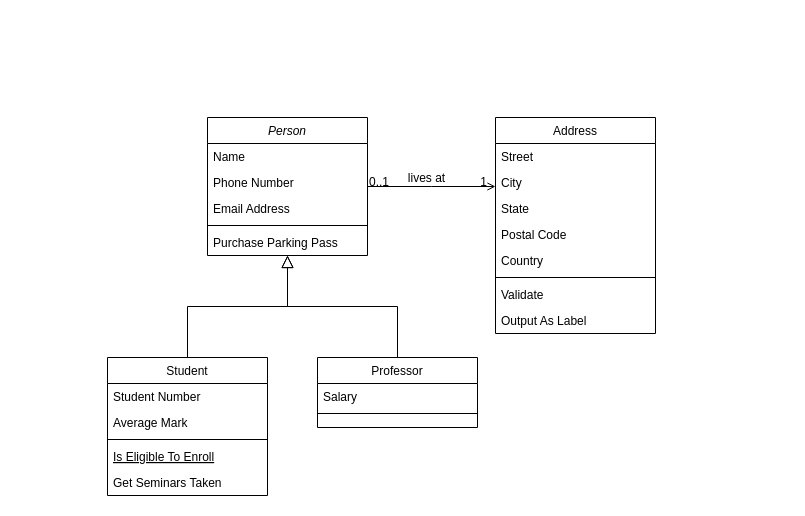
This is umlDiagram.drawio from Mochalove/September22nd, a draw.io file, before an edit. Source tidied: cells renumbered, new cells numbered last; positions are measured from the earlier drawing's top-left corner, leaving out a move shared by most shapes. Both pictures are drawn from the tidied source at 100%, with x=0, y=0 at pixel (107, 117).
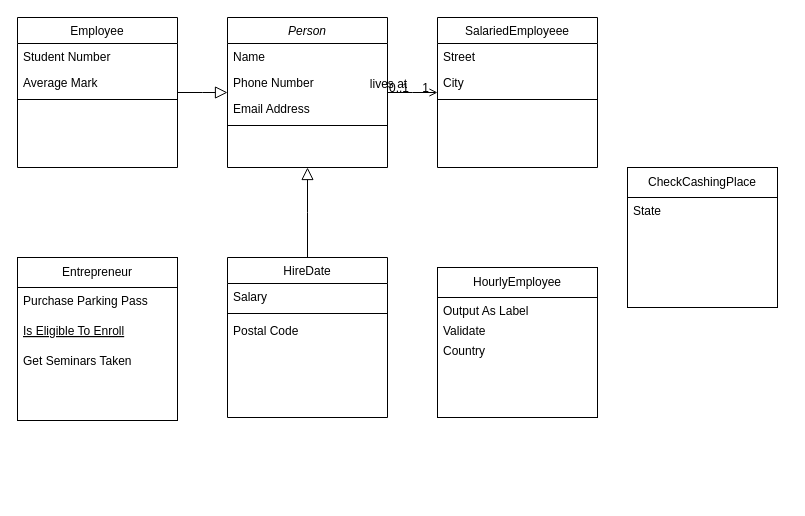
The same page after the edit.

What changed in the source:
```diff
@@
     <mxCell id="2" value="Person" style="swimlane;fontStyle=2;align=center;verticalAlign=top;horizontal=1;startSize=26;rounded=0;shadow=0;strokeWidth=1;" parent="1" vertex="1">
-      <mxGeometry x="100" width="160" height="138" as="geometry" />
+      <mxGeometry x="120" y="-100" width="160" height="150" as="geometry" />
     </mxCell>
@@
-    <mxCell id="7" value="Purchase Parking Pass" style="text;align=left;verticalAlign=top;spacingLeft=4;spacingRight=4;overflow=hidden;" parent="2" vertex="1">
-      <mxGeometry y="112" width="160" height="26" as="geometry" />
-    </mxCell>
-    <mxCell id="8" value="Student" style="swimlane;fontStyle=0;align=center;verticalAlign=top;horizontal=1;startSize=26;rounded=0;shadow=0;strokeWidth=1;" parent="1" vertex="1">
-      <mxGeometry y="240" width="160" height="138" as="geometry" />
+    <mxCell id="8" value="Employee" style="swimlane;fontStyle=0;align=center;verticalAlign=top;horizontal=1;startSize=26;rounded=0;shadow=0;strokeWidth=1;" parent="1" vertex="1">
+      <mxGeometry x="-90" y="-100" width="160" height="150" as="geometry" />
     </mxCell>
@@
-    <mxCell id="12" value="Is Eligible To Enroll" style="text;align=left;verticalAlign=top;spacingLeft=4;spacingRight=4;overflow=hidden;fontStyle=4;" parent="8" vertex="1">
-      <mxGeometry y="86" width="160" height="26" as="geometry" />
-    </mxCell>
-    <mxCell id="13" value="Get Seminars Taken" style="text;align=left;verticalAlign=top;spacingLeft=4;spacingRight=4;overflow=hidden;" parent="8" vertex="1">
-      <mxGeometry y="112" width="160" height="26" as="geometry" />
-    </mxCell>
@@
-    <mxCell id="15" value="Professor" style="swimlane;fontStyle=0;align=center;verticalAlign=top;horizontal=1;startSize=26;rounded=0;shadow=0;strokeWidth=1;" parent="1" vertex="1">
-      <mxGeometry x="210" y="240" width="160" height="70" as="geometry" />
+    <mxCell id="15" value="HireDate" style="swimlane;fontStyle=0;align=center;verticalAlign=top;horizontal=1;startSize=26;rounded=0;shadow=0;strokeWidth=1;" parent="1" vertex="1">
+      <mxGeometry x="120" y="140" width="160" height="160" as="geometry" />
     </mxCell>
@@
+    <mxCell id="23" value="Postal Code" style="text;align=left;verticalAlign=top;spacingLeft=4;spacingRight=4;overflow=hidden;rounded=0;shadow=0;html=0;" parent="15" vertex="1">
+      <mxGeometry y="60" width="160" height="26" as="geometry" />
+    </mxCell>
@@
-    <mxCell id="19" value="Address" style="swimlane;fontStyle=0;align=center;verticalAlign=top;horizontal=1;startSize=26;rounded=0;shadow=0;strokeWidth=1;" parent="1" vertex="1">
-      <mxGeometry x="388" width="160" height="216" as="geometry" />
+    <mxCell id="19" value="SalariedEmployeee" style="swimlane;fontStyle=0;align=center;verticalAlign=top;horizontal=1;startSize=26;rounded=0;shadow=0;strokeWidth=1;" parent="1" vertex="1">
+      <mxGeometry x="330" y="-100" width="160" height="150" as="geometry" />
     </mxCell>
@@
-    <mxCell id="22" value="State" style="text;align=left;verticalAlign=top;spacingLeft=4;spacingRight=4;overflow=hidden;rounded=0;shadow=0;html=0;" parent="19" vertex="1">
-      <mxGeometry y="78" width="160" height="26" as="geometry" />
-    </mxCell>
-    <mxCell id="23" value="Postal Code" style="text;align=left;verticalAlign=top;spacingLeft=4;spacingRight=4;overflow=hidden;rounded=0;shadow=0;html=0;" parent="19" vertex="1">
-      <mxGeometry y="104" width="160" height="26" as="geometry" />
-    </mxCell>
-    <mxCell id="24" value="Country" style="text;align=left;verticalAlign=top;spacingLeft=4;spacingRight=4;overflow=hidden;rounded=0;shadow=0;html=0;" parent="19" vertex="1">
-      <mxGeometry y="130" width="160" height="26" as="geometry" />
-    </mxCell>
     <mxCell id="25" style="line;html=1;strokeWidth=1;align=left;verticalAlign=middle;spacingTop=-1;spacingLeft=3;spacingRight=3;labelPosition=right;" parent="19" vertex="1">
-      <mxGeometry y="156" width="160" height="8" as="geometry" />
+      <mxGeometry y="78" width="160" height="8" as="geometry" />
     </mxCell>
-    <mxCell id="26" value="Validate" style="text;align=left;verticalAlign=top;spacingLeft=4;spacingRight=4;overflow=hidden;" parent="19" vertex="1">
-      <mxGeometry y="164" width="160" height="26" as="geometry" />
-    </mxCell>
-    <mxCell id="27" value="Output As Label" style="text;align=left;verticalAlign=top;spacingLeft=4;spacingRight=4;overflow=hidden;" parent="19" vertex="1">
-      <mxGeometry y="190" width="160" height="26" as="geometry" />
-    </mxCell>
@@
+    <mxCell id="32" style="whiteSpace=wrap;html=1;" parent="1" vertex="1">
+      <mxGeometry x="-90" y="163" width="160" height="140" as="geometry" />
+    </mxCell>
+    <mxCell id="33" style="whiteSpace=wrap;html=1;" parent="1" vertex="1">
+      <mxGeometry x="330" y="150" width="160" height="150" as="geometry" />
+    </mxCell>
+    <mxCell id="34" value="Entrepreneur" style="whiteSpace=wrap;html=1;" parent="1" vertex="1">
+      <mxGeometry x="-90" y="140" width="160" height="30" as="geometry" />
+    </mxCell>
+    <mxCell id="35" value="HourlyEmployee" style="whiteSpace=wrap;html=1;" parent="1" vertex="1">
+      <mxGeometry x="330" y="150" width="160" height="30" as="geometry" />
+    </mxCell>
+    <mxCell id="27" value="Output As Label" style="text;align=left;verticalAlign=top;spacingLeft=4;spacingRight=4;overflow=hidden;" parent="1" vertex="1">
+      <mxGeometry x="330" y="180" width="160" height="26" as="geometry" />
+    </mxCell>
+    <mxCell id="26" value="Validate" style="text;align=left;verticalAlign=top;spacingLeft=4;spacingRight=4;overflow=hidden;" parent="1" vertex="1">
+      <mxGeometry x="330" y="200" width="160" height="26" as="geometry" />
+    </mxCell>
+    <mxCell id="24" value="Country" style="text;align=left;verticalAlign=top;spacingLeft=4;spacingRight=4;overflow=hidden;rounded=0;shadow=0;html=0;" parent="1" vertex="1">
+      <mxGeometry x="330" y="220" width="160" height="26" as="geometry" />
+    </mxCell>
+    <mxCell id="7" value="Purchase Parking Pass" style="text;align=left;verticalAlign=top;spacingLeft=4;spacingRight=4;overflow=hidden;" parent="1" vertex="1">
+      <mxGeometry x="-90" y="170" width="160" height="26" as="geometry" />
+    </mxCell>
+    <mxCell id="13" value="Get Seminars Taken" style="text;align=left;verticalAlign=top;spacingLeft=4;spacingRight=4;overflow=hidden;" parent="1" vertex="1">
+      <mxGeometry x="-90" y="230" width="160" height="26" as="geometry" />
+    </mxCell>
+    <mxCell id="12" value="Is Eligible To Enroll" style="text;align=left;verticalAlign=top;spacingLeft=4;spacingRight=4;overflow=hidden;fontStyle=4;" parent="1" vertex="1">
+      <mxGeometry x="-90" y="200" width="160" height="26" as="geometry" />
+    </mxCell>
+    <mxCell id="36" style="whiteSpace=wrap;html=1;" parent="1" vertex="1">
+      <mxGeometry x="520" y="50" width="150" height="140" as="geometry" />
+    </mxCell>
+    <mxCell id="37" value="CheckCashingPlace" style="whiteSpace=wrap;html=1;" parent="1" vertex="1">
+      <mxGeometry x="520" y="50" width="150" height="30" as="geometry" />
+    </mxCell>
+    <mxCell id="22" value="State" style="text;align=left;verticalAlign=top;spacingLeft=4;spacingRight=4;overflow=hidden;rounded=0;shadow=0;html=0;" parent="1" vertex="1">
+      <mxGeometry x="520" y="80" width="160" height="26" as="geometry" />
+    </mxCell>
```
